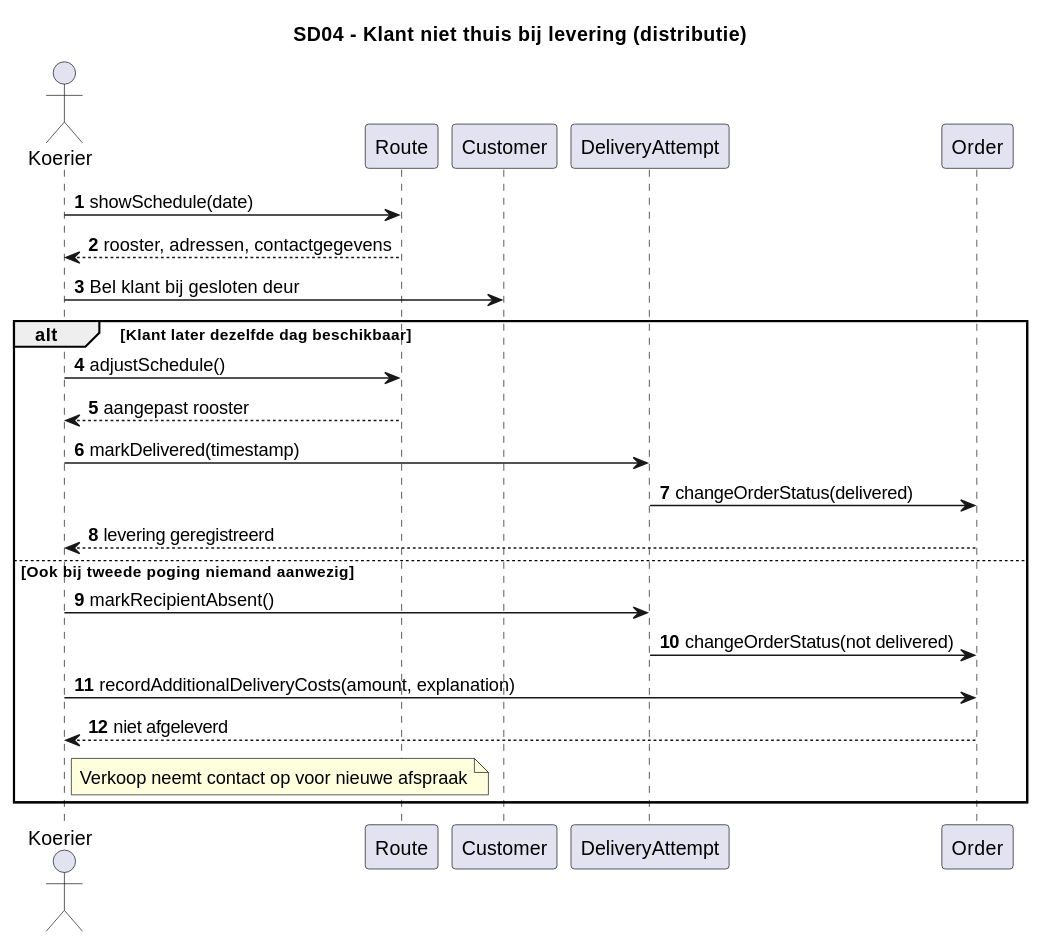
The PlantUML diagram Documentation/Architecture/uml/export/sequence_diagrams/SD04_KlantNietThuis.svg in ViktorQorri/Project-Timaflu, before a commit.
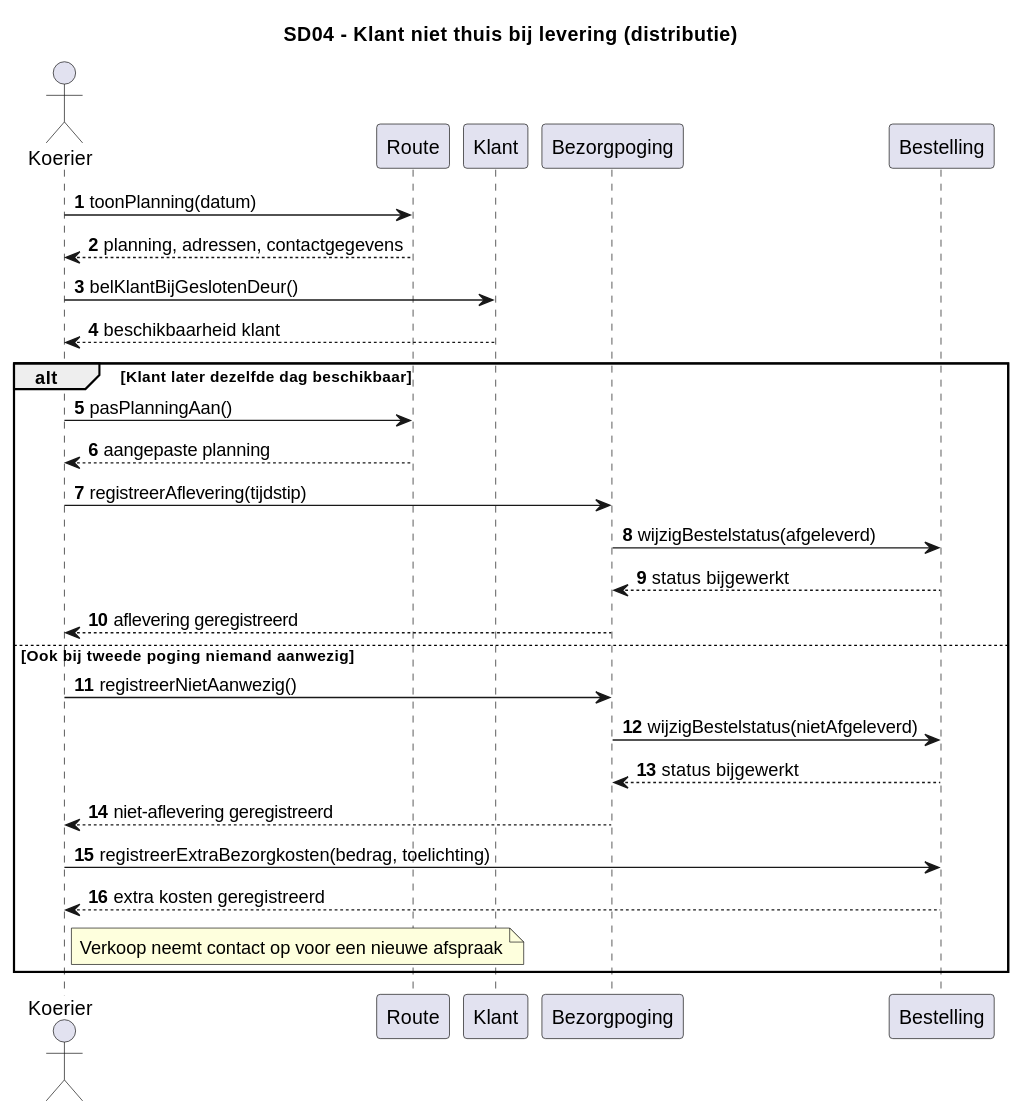
Above is the later version.

The edit, as a diff of the source:
```diff
@@ -3,23 +3,28 @@
 autonumber
 actor "Koerier" as K
 participant "Route" as R
-participant "Customer" as C
-participant "DeliveryAttempt" as D
-participant "Order" as O
-K -> R: showSchedule(date)
-R --> K: rooster, adressen, contactgegevens
-K -> C: Bel klant bij gesloten deur
+participant "Klant" as C
+participant "Bezorgpoging" as D
+participant "Bestelling" as O
+
+K -> R: toonPlanning(datum)
+R --> K: planning, adressen, contactgegevens
+K -> C: belKlantBijGeslotenDeur()
+C --> K: beschikbaarheid klant
 alt Klant later dezelfde dag beschikbaar
- K -> R: adjustSchedule()
- R --> K: aangepast rooster
- K -> D: markDelivered(timestamp)
- D -> O: changeOrderStatus(delivered)
- O --> K: levering geregistreerd
+  K -> R: pasPlanningAan()
+  R --> K: aangepaste planning
+  K -> D: registreerAflevering(tijdstip)
+  D -> O: wijzigBestelstatus(afgeleverd)
+  O --> D: status bijgewerkt
+  D --> K: aflevering geregistreerd
 else Ook bij tweede poging niemand aanwezig
- K -> D: markRecipientAbsent()
- D -> O: changeOrderStatus(not delivered)
- K -> O: recordAdditionalDeliveryCosts(amount, explanation)
- O --> K: niet afgeleverd
- note right of K: Verkoop neemt contact op voor nieuwe afspraak
+  K -> D: registreerNietAanwezig()
+  D -> O: wijzigBestelstatus(nietAfgeleverd)
+  O --> D: status bijgewerkt
+  D --> K: niet-aflevering geregistreerd
+  K -> O: registreerExtraBezorgkosten(bedrag, toelichting)
+  O --> K: extra kosten geregistreerd
+  note right of K: Verkoop neemt contact op voor een nieuwe afspraak
 end
 @enduml
```
